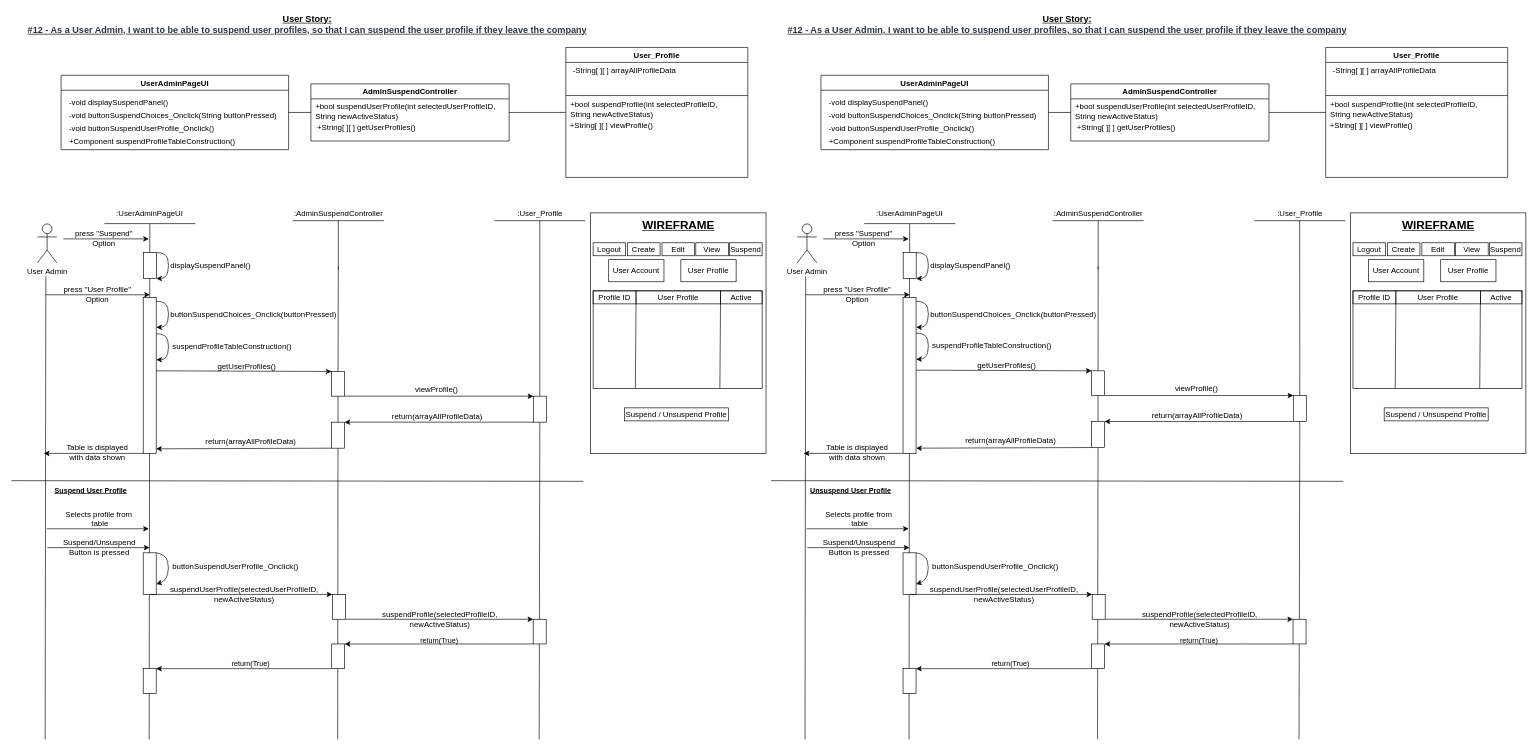
This is BCE_UML_and_Diagrams/UserAdmin/UserAdmin_SuspendProfile(UserStory_12)/UserStory_12_BCE_Sequence.drawio from extred5700/JAVAGUI-Restaurant-Table-Order-System, a draw.io file, before an edit. Source tidied: cells renumbered, new cells numbered last; positions are measured from the earlier drawing's top-left corner, leaving out a move shared by most shapes. Both pictures are drawn from the tidied source at 65%, with x=0, y=0 at pixel (11, 11).
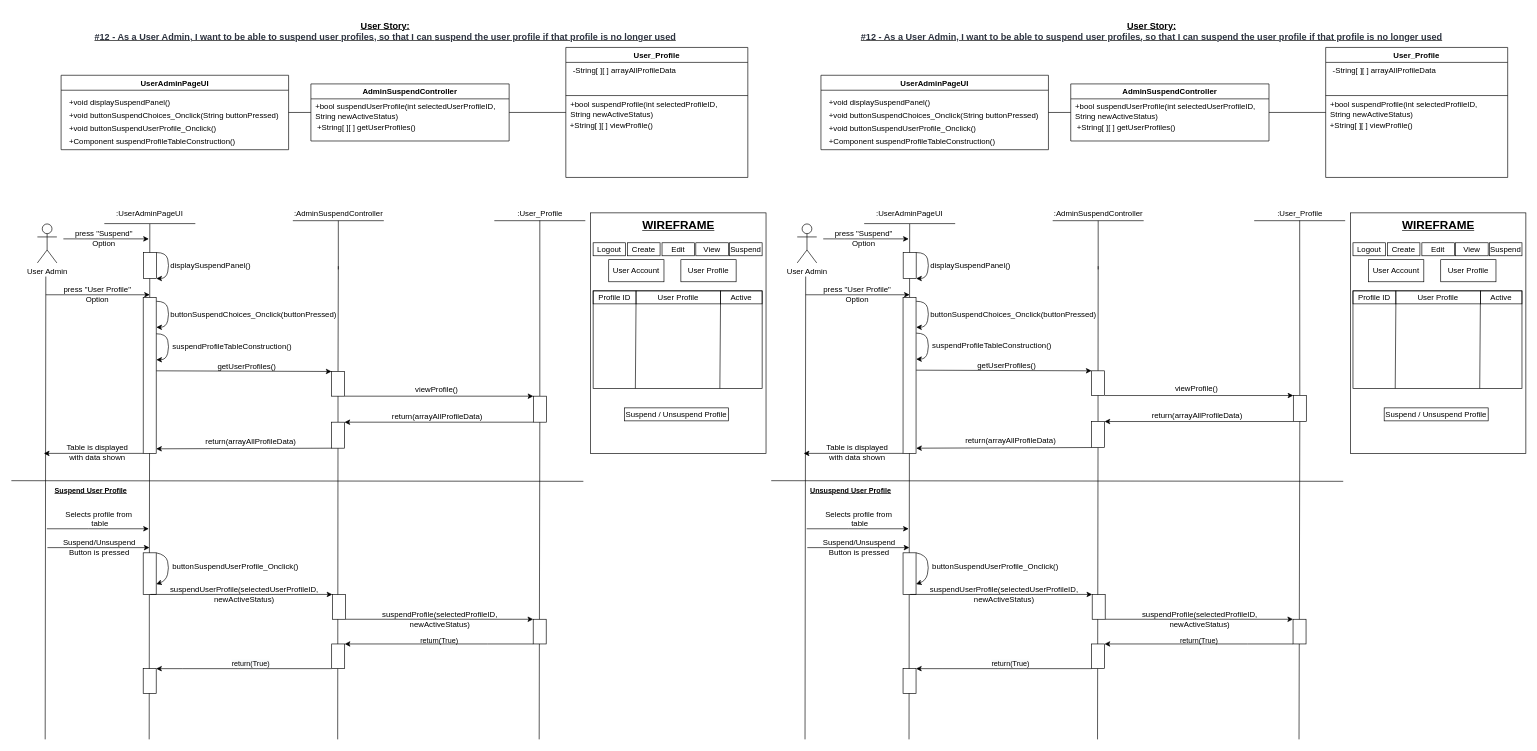
Above is the later version.

The change refers to these unchanged cells:
```xml
<mxCell id="5" value="UserAdminPageUI" style="swimlane;" parent="1" vertex="1">
  <mxGeometry x="76.5" y="98.3" width="350" height="114.5" as="geometry" />
</mxCell>
<mxCell id="99" value="UserAdminPageUI" style="swimlane;" parent="1" vertex="1">
  <mxGeometry x="1245.5" y="98.3" width="350" height="114.5" as="geometry" />
</mxCell>
```

Diff of the diagram source:
```diff
@@
-    <mxCell id="6" value="-void displaySuspendPanel()" style="text;html=1;align=left;verticalAlign=middle;strokeColor=none;fillColor=none;" parent="5" vertex="1">
+    <mxCell id="6" value="+void displaySuspendPanel()" style="text;html=1;align=left;verticalAlign=middle;strokeColor=none;fillColor=none;" parent="5" vertex="1">
       <mxGeometry x="10" y="31.7" width="170" height="20" as="geometry" />
     </mxCell>
-    <mxCell id="7" value="-void buttonSuspendUserProfile_Onclick()" style="text;html=1;align=left;verticalAlign=middle;strokeColor=none;fillColor=none;" parent="5" vertex="1">
+    <mxCell id="7" value="+void buttonSuspendUserProfile_Onclick()" style="text;html=1;align=left;verticalAlign=middle;strokeColor=none;fillColor=none;" parent="5" vertex="1">
       <mxGeometry x="10" y="71.7" width="240" height="20" as="geometry" />
     </mxCell>
-    <mxCell id="8" value="-void buttonSuspendChoices_Onclick(String buttonPressed)" style="text;html=1;align=left;verticalAlign=middle;strokeColor=none;fillColor=none;" parent="5" vertex="1">
+    <mxCell id="8" value="+void buttonSuspendChoices_Onclick(String buttonPressed)" style="text;html=1;align=left;verticalAlign=middle;strokeColor=none;fillColor=none;" parent="5" vertex="1">
       <mxGeometry x="10" y="51.7" width="340" height="20" as="geometry" />
     </mxCell>
@@
-    <mxCell id="64" value="&lt;b&gt;&lt;u&gt;&lt;font style=&quot;font-size: 14px&quot;&gt;User Story:&lt;/font&gt;&lt;br&gt;&lt;span style=&quot;color: rgb(46 , 52 , 64) ; font-family: , &amp;quot;arial&amp;quot; , &amp;quot;helvetica&amp;quot; , sans-serif ; font-size: 14px ; background-color: rgb(255 , 255 , 255)&quot;&gt;#12 - As a User Admin, I want to be able to suspend user profiles, so that I can suspend the user profile if they leave the company&lt;/span&gt;&lt;font style=&quot;font-size: 14px&quot;&gt;&lt;br&gt;&lt;/font&gt;&lt;/u&gt;&lt;/b&gt;" style="text;html=1;align=center;verticalAlign=middle;strokeColor=none;fillColor=none;" parent="1" vertex="1">
-      <mxGeometry x="15" width="880" height="40" as="geometry" />
+    <mxCell id="64" value="&lt;u&gt;&lt;font style=&quot;font-weight: bold ; font-size: 14px&quot;&gt;User Story:&lt;/font&gt;&lt;br&gt;&lt;span style=&quot;font-weight: bold ; color: rgb(46 , 52 , 64) ; font-size: 14px ; background-color: rgb(255 , 255 , 255)&quot;&gt;#12 - As a User Admin, I want to be able to suspend user profiles, so that I can&amp;nbsp;&lt;/span&gt;&lt;font&gt;&lt;font color=&quot;#2e3440&quot;&gt;&lt;span style=&quot;font-size: 14px&quot;&gt;&lt;b&gt;suspend the user profile if that profile is no longer used&lt;/b&gt;&lt;/span&gt;&lt;/font&gt;&lt;br&gt;&lt;/font&gt;&lt;/u&gt;" style="text;html=1;align=center;verticalAlign=middle;strokeColor=none;fillColor=none;" parent="1" vertex="1">
+      <mxGeometry x="120" y="10" width="910" height="40" as="geometry" />
     </mxCell>
@@
-    <mxCell id="100" value="-void displaySuspendPanel()" style="text;html=1;align=left;verticalAlign=middle;strokeColor=none;fillColor=none;" parent="99" vertex="1">
+    <mxCell id="100" value="+void displaySuspendPanel()" style="text;html=1;align=left;verticalAlign=middle;strokeColor=none;fillColor=none;" parent="99" vertex="1">
       <mxGeometry x="10" y="31.7" width="170" height="20" as="geometry" />
     </mxCell>
-    <mxCell id="101" value="-void buttonSuspendUserProfile_Onclick()" style="text;html=1;align=left;verticalAlign=middle;strokeColor=none;fillColor=none;" parent="99" vertex="1">
+    <mxCell id="101" value="+void buttonSuspendUserProfile_Onclick()" style="text;html=1;align=left;verticalAlign=middle;strokeColor=none;fillColor=none;" parent="99" vertex="1">
       <mxGeometry x="10" y="71.7" width="240" height="20" as="geometry" />
     </mxCell>
-    <mxCell id="102" value="-void buttonSuspendChoices_Onclick(String buttonPressed)" style="text;html=1;align=left;verticalAlign=middle;strokeColor=none;fillColor=none;" parent="99" vertex="1">
+    <mxCell id="102" value="+void buttonSuspendChoices_Onclick(String buttonPressed)" style="text;html=1;align=left;verticalAlign=middle;strokeColor=none;fillColor=none;" parent="99" vertex="1">
       <mxGeometry x="10" y="51.7" width="340" height="20" as="geometry" />
     </mxCell>
@@
-    <mxCell id="158" value="&lt;b&gt;&lt;u&gt;&lt;font style=&quot;font-size: 14px&quot;&gt;User Story:&lt;/font&gt;&lt;br&gt;&lt;span style=&quot;color: rgb(46 , 52 , 64) ; font-family: , &amp;quot;arial&amp;quot; , &amp;quot;helvetica&amp;quot; , sans-serif ; font-size: 14px ; background-color: rgb(255 , 255 , 255)&quot;&gt;#12 - As a User Admin, I want to be able to suspend user profiles, so that I can suspend the user profile if they leave the company&lt;/span&gt;&lt;font style=&quot;font-size: 14px&quot;&gt;&lt;br&gt;&lt;/font&gt;&lt;/u&gt;&lt;/b&gt;" style="text;html=1;align=center;verticalAlign=middle;strokeColor=none;fillColor=none;" parent="1" vertex="1">
-      <mxGeometry x="1184" width="880" height="40" as="geometry" />
+    <mxCell id="158" value="&lt;u&gt;&lt;font style=&quot;font-weight: bold ; font-size: 14px&quot;&gt;User Story:&lt;/font&gt;&lt;br&gt;&lt;span style=&quot;font-weight: bold ; color: rgb(46 , 52 , 64) ; font-size: 14px ; background-color: rgb(255 , 255 , 255)&quot;&gt;#12 - As a User Admin, I want to be able to suspend user profiles, so that I can&amp;nbsp;&lt;/span&gt;&lt;font color=&quot;#2e3440&quot;&gt;&lt;span style=&quot;font-size: 14px&quot;&gt;&lt;b&gt;suspend the user profile if that profile is no longer used&lt;/b&gt;&lt;/span&gt;&lt;/font&gt;&lt;/u&gt;&lt;b&gt;&lt;u&gt;&lt;font style=&quot;font-size: 14px&quot;&gt;&lt;br&gt;&lt;/font&gt;&lt;/u&gt;&lt;/b&gt;" style="text;html=1;align=center;verticalAlign=middle;strokeColor=none;fillColor=none;" parent="1" vertex="1">
+      <mxGeometry x="1299" y="10" width="910" height="40" as="geometry" />
     </mxCell>
```
